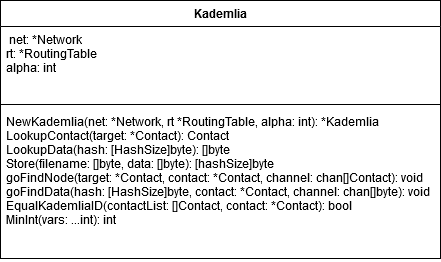
Earlier version of the draw.io export architectural-description.png (osksun/d7024e-lab-grp-1). Source tidied: cells renumbered, new cells last; positions are measured from the earlier drawing's top-left corner, leaving out a move shared by most shapes.
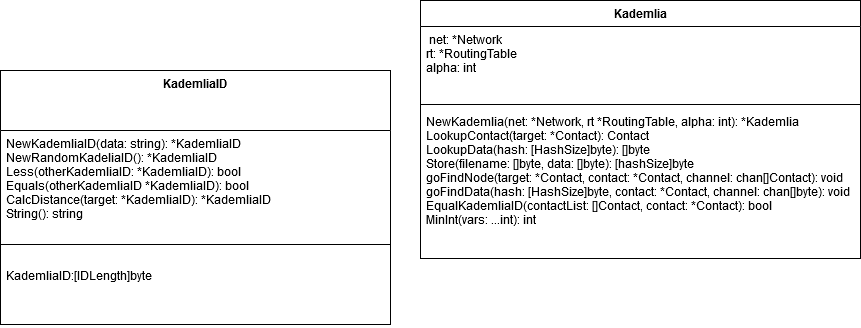
After the change.

What changed in the source:
```diff
@@ -14,5 +14,17 @@
     <mxCell id="5" value="NewKademlia(net: *Network, rt *RoutingTable, alpha: int): *Kademlia&#10;LookupContact(target: *Contact): Contact&#10;LookupData(hash: [HashSize]byte): []byte&#10;Store(filename: []byte, data: []byte): [hashSize]byte&#10;goFindNode(target: *Contact, contact: *Contact, channel: chan[]Contact): void&#10;goFindData(hash: [HashSize]byte, contact: *Contact, channel: chan[]byte): void&#10;EqualKademliaID(contactList: []Contact, contact: *Contact): bool&#10;MinInt(vars: ...int): int&#10;&#10;&#10;" style="text;strokeColor=none;fillColor=none;align=left;verticalAlign=top;spacingLeft=4;spacingRight=4;overflow=hidden;" parent="2" vertex="1">
       <mxGeometry y="108" width="440" height="150" as="geometry" />
     </mxCell>
+    <mxCell id="6" value="KademliaID" style="swimlane;fontStyle=1;align=center;verticalAlign=top;horizontal=1;startSize=60;" parent="1" vertex="1">
+      <mxGeometry x="-420" y="70" width="390" height="254" as="geometry" />
+    </mxCell>
+    <mxCell id="7" value="NewKademliaID(data: string): *KademliaID&#10;NewRandomKadeliaID(): *KademliaID&#10;Less(otherKademliaID: *KademliaID): bool&#10;Equals(otherKademliaID *KademliaID): bool&#10;CalcDistance(target: *KademliaID): *KademliaID&#10;String(): string&#10;&#10;&#10;" style="text;strokeColor=none;fillColor=none;align=left;verticalAlign=top;spacingLeft=4;spacingRight=4;overflow=hidden;" parent="6" vertex="1">
+      <mxGeometry y="60" width="390" height="110" as="geometry" />
+    </mxCell>
+    <mxCell id="8" style="line;strokeWidth=1;fillColor=none;align=left;verticalAlign=middle;spacingTop=-1;spacingLeft=3;spacingRight=3;labelPosition=right;" parent="6" vertex="1">
+      <mxGeometry y="170" width="390" height="8" as="geometry" />
+    </mxCell>
+    <mxCell id="9" value="&#10;KademliaID:[IDLength]byte&#10;" style="text;strokeColor=none;fillColor=none;align=left;verticalAlign=top;spacingLeft=4;spacingRight=4;overflow=hidden;" parent="6" vertex="1">
+      <mxGeometry y="178" width="390" height="76" as="geometry" />
+    </mxCell>
   </root>
 </mxGraphModel>
```
